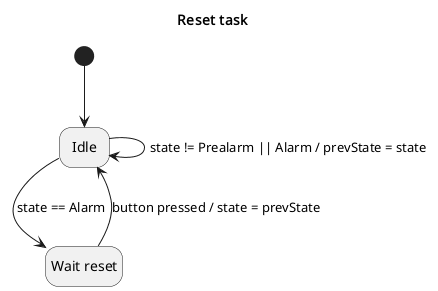
Earlier version of the PlantUML export assignments/02-sdh/docs/tasks/reset.png (the-real-deal/unibo-iot-didospita).
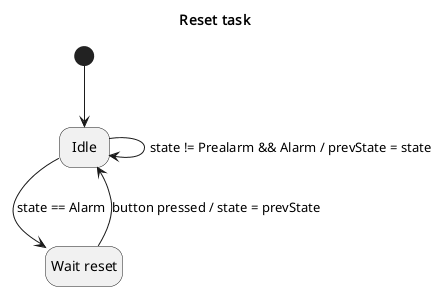
Later version of the same file.

The edit, as a diff of the source:
```diff
@@ -11,7 +11,7 @@
 
 start -d-> idle
 
-idle -r-> idle : state != Prealarm || Alarm / prevState = state
+idle -r-> idle : state != Prealarm && Alarm / prevState = state
 idle -d-> waitReset : state == Alarm
 
 waitReset -u-> idle : button pressed / state = prevState
```
